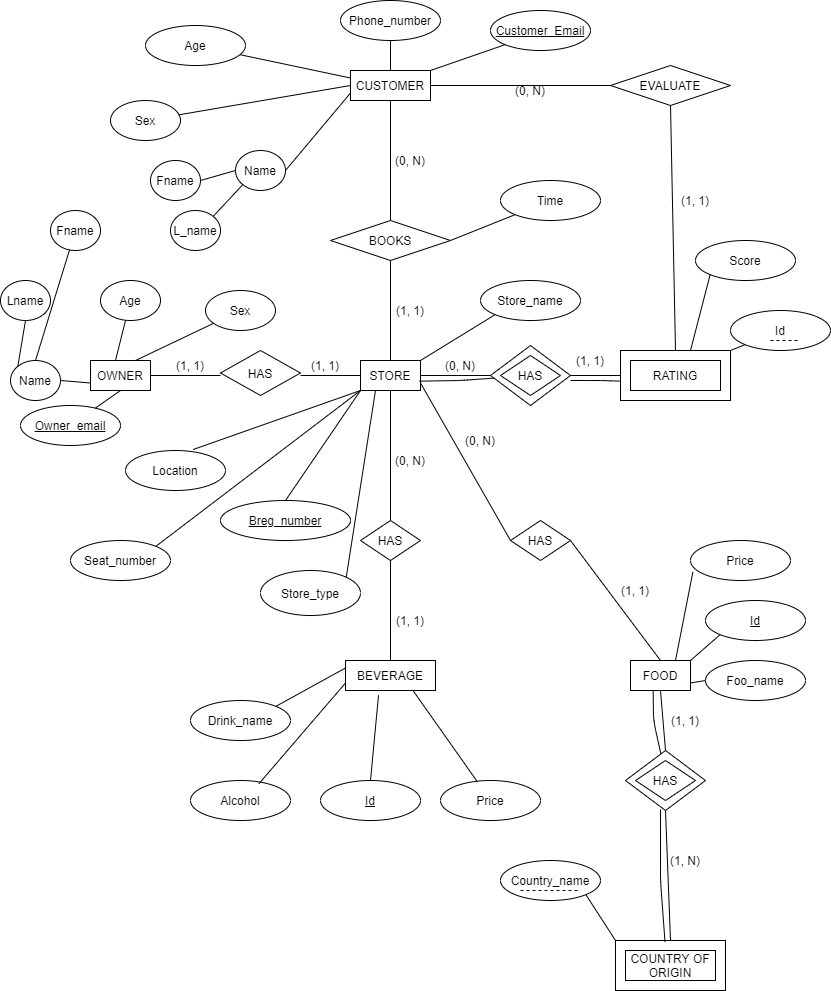
Before: phase1/erDiagram.png, a diagram exported from draw.io (JoDongHyuen/KNUDB-20212). Source tidied: cells renumbered, new cells last; positions are measured from the earlier drawing's top-left corner, leaving out a move shared by most shapes.
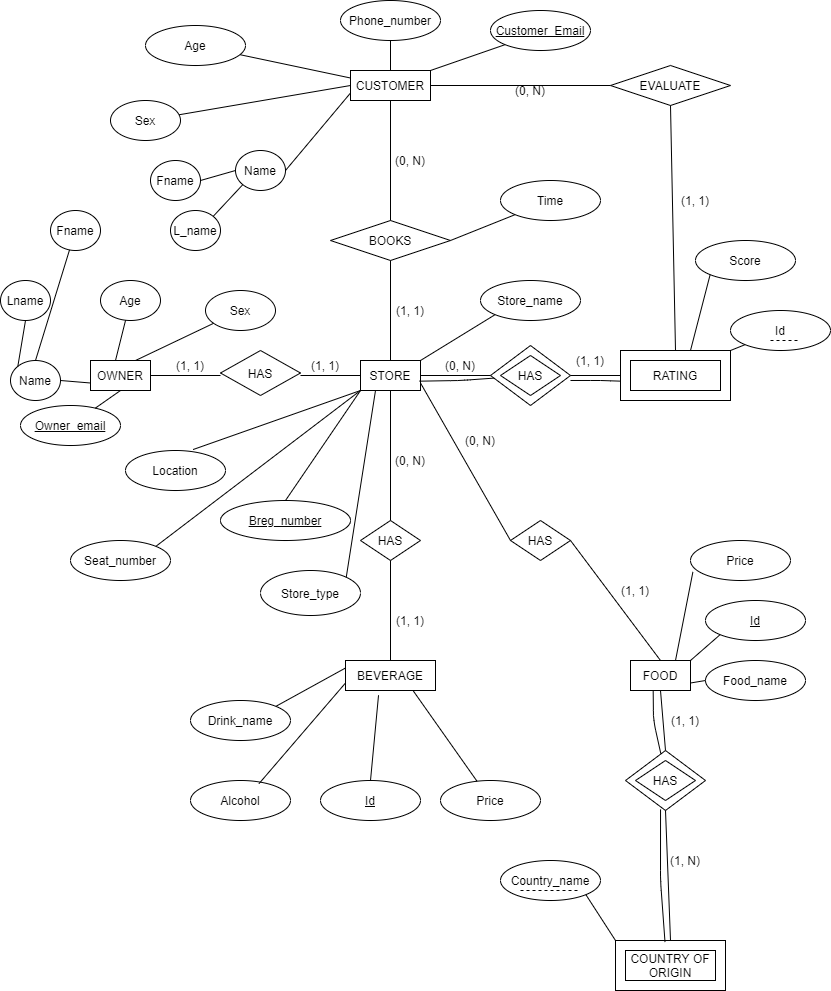
After the change.

What changed in the source:
```diff
@@ -156,7 +156,7 @@
     <mxCell id="51" value="Id" style="ellipse;whiteSpace=wrap;html=1;fontStyle=4;" parent="1" vertex="1">
       <mxGeometry x="705" y="600" width="100" height="40" as="geometry" />
     </mxCell>
-    <mxCell id="52" value="Foo_name" style="ellipse;whiteSpace=wrap;html=1;" parent="1" vertex="1">
+    <mxCell id="52" value="Food_name" style="ellipse;whiteSpace=wrap;html=1;" parent="1" vertex="1">
       <mxGeometry x="705" y="660" width="100" height="40" as="geometry" />
     </mxCell>
     <mxCell id="53" value="Country_name" style="ellipse;whiteSpace=wrap;html=1;" parent="1" vertex="1">
```
